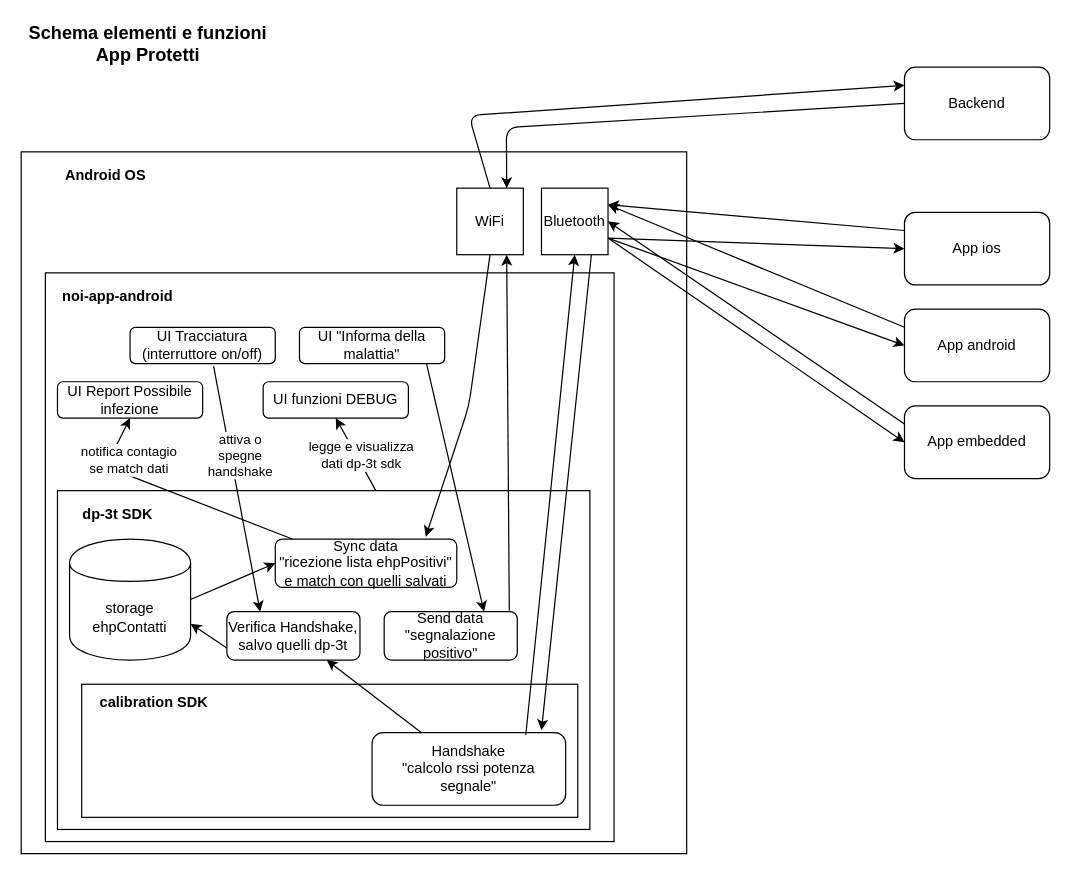
The draw.io diagram Project/Diagrams/Schema_Frontend.drawio in noiapp/noi-app-android, before the edit. Source tidied: cells renumbered, new cells numbered last; positions are measured from the earlier drawing's top-left corner, leaving out a move shared by most shapes. Both pictures are drawn from the tidied source at 121%, with x=0, y=0 at pixel (21, 30).
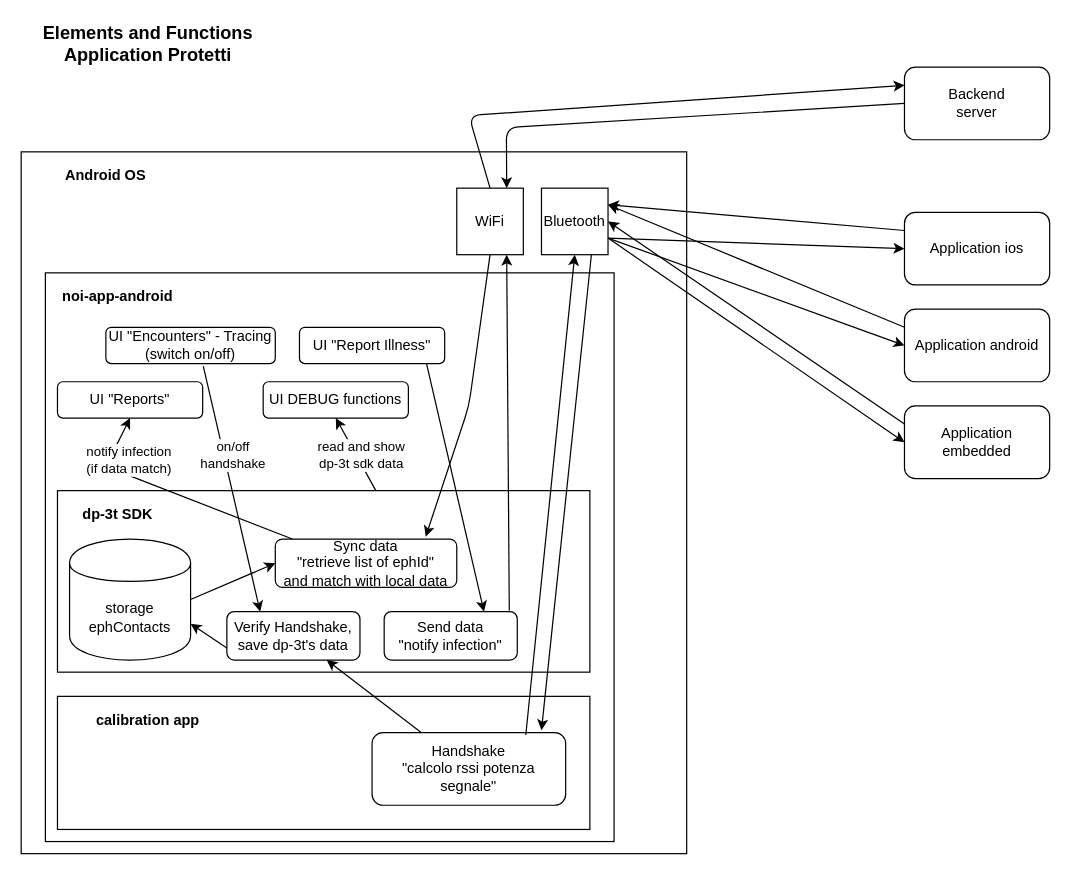
The same diagram, later.

Unchanged cells that the change refers to:
```xml
<mxCell id="35" style="endArrow=classic;html=1;entryX=0.5;entryY=1;entryDx=0;entryDy=0;exitX=0.094;exitY=0;exitDx=0;exitDy=0;exitPerimeter=0;" parent="1" edge="1" source="27" target="33">
  <mxGeometry relative="1" as="geometry">
    <Array as="points">
      <mxPoint x="70" y="360" />
    </Array>
  </mxGeometry>
</mxCell>
<mxCell id="43" style="endArrow=classic;html=1;entryX=0.5;entryY=1;entryDx=0;entryDy=0;exitX=0.598;exitY=0;exitDx=0;exitDy=0;exitPerimeter=0;" parent="1" edge="1" source="6" target="34">
  <mxGeometry relative="1" as="geometry" />
</mxCell>
<mxCell id="45" style="endArrow=classic;html=1;entryX=0.25;entryY=0;entryDx=0;entryDy=0;exitX=0.575;exitY=1.067;exitDx=0;exitDy=0;exitPerimeter=0;" parent="1" edge="1" source="32" target="40">
  <mxGeometry relative="1" as="geometry" />
</mxCell>
```

The edit, as a diff of the source:
```diff
@@
     <mxCell id="6" style="rounded=0;whiteSpace=wrap;html=1;" parent="1" vertex="1">
-      <mxGeometry x="30" y="380" width="440" height="280" as="geometry" />
+      <mxGeometry x="30" y="380" width="440" height="150" as="geometry" />
     </mxCell>
@@
     <mxCell id="8" style="rounded=0;whiteSpace=wrap;html=1;" parent="1" vertex="1">
-      <mxGeometry x="50" y="540" width="410" height="110" as="geometry" />
+      <mxGeometry x="30" y="550" width="440" height="110" as="geometry" />
     </mxCell>
-    <mxCell id="9" value="&lt;b&gt;calibration SDK&lt;/b&gt;" style="text;html=1;strokeColor=none;fillColor=none;align=center;verticalAlign=middle;whiteSpace=wrap;rounded=0;" parent="1" vertex="1">
-      <mxGeometry x="60" y="545" width="100" height="20" as="geometry" />
+    <mxCell id="9" value="&lt;b&gt;calibration app&lt;/b&gt;" style="text;html=1;strokeColor=none;fillColor=none;align=center;verticalAlign=middle;whiteSpace=wrap;rounded=0;" parent="1" vertex="1">
+      <mxGeometry x="55" y="560" width="100" height="20" as="geometry" />
     </mxCell>
@@
-    <mxCell id="12" value="Backend" style="rounded=1;whiteSpace=wrap;html=1;" parent="1" vertex="1">
+    <mxCell id="12" value="Backend&lt;br&gt;server" style="rounded=1;whiteSpace=wrap;html=1;" parent="1" vertex="1">
       <mxGeometry x="730" y="30" width="120" height="60" as="geometry" />
     </mxCell>
-    <mxCell id="13" value="App ios" style="rounded=1;whiteSpace=wrap;html=1;" parent="1" vertex="1">
+    <mxCell id="13" value="Application ios" style="rounded=1;whiteSpace=wrap;html=1;" parent="1" vertex="1">
       <mxGeometry x="730" y="150" width="120" height="60" as="geometry" />
     </mxCell>
-    <mxCell id="14" value="App android" style="rounded=1;whiteSpace=wrap;html=1;" parent="1" vertex="1">
+    <mxCell id="14" value="Application android" style="rounded=1;whiteSpace=wrap;html=1;" parent="1" vertex="1">
       <mxGeometry x="730" y="230" width="120" height="60" as="geometry" />
     </mxCell>
-    <mxCell id="15" value="App embedded" style="rounded=1;whiteSpace=wrap;html=1;" parent="1" vertex="1">
+    <mxCell id="15" value="Application embedded" style="rounded=1;whiteSpace=wrap;html=1;" parent="1" vertex="1">
       <mxGeometry x="730" y="310" width="120" height="60" as="geometry" />
     </mxCell>
@@
-    <mxCell id="27" value="Sync data&lt;br&gt;&quot;ricezione lista ehpPositivi&quot; e match con quelli salvati" style="rounded=1;whiteSpace=wrap;html=1;" parent="1" vertex="1">
+    <mxCell id="27" value="Sync data&lt;br&gt;&quot;retrieve list of ephId&quot;&lt;br&gt;and match with local data" style="rounded=1;whiteSpace=wrap;html=1;" parent="1" vertex="1">
       <mxGeometry x="210" y="420" width="150" height="40" as="geometry" />
     </mxCell>
-    <mxCell id="28" value="Send data&lt;br&gt;&quot;segnalazione positivo&quot;" style="rounded=1;whiteSpace=wrap;html=1;" parent="1" vertex="1">
+    <mxCell id="28" value="Send data&lt;br&gt;&quot;notify infection&quot;" style="rounded=1;whiteSpace=wrap;html=1;" parent="1" vertex="1">
       <mxGeometry x="300" y="480" width="110" height="40" as="geometry" />
     </mxCell>
@@
-    <mxCell id="31" value="storage ehpContatti" style="shape=cylinder;whiteSpace=wrap;html=1;boundedLbl=1;backgroundOutline=1;" parent="1" vertex="1">
+    <mxCell id="31" value="storage ephContacts" style="shape=cylinder;whiteSpace=wrap;html=1;boundedLbl=1;backgroundOutline=1;" parent="1" vertex="1">
       <mxGeometry x="40" y="420" width="100" height="100" as="geometry" />
     </mxCell>
-    <mxCell id="32" value="UI Tracciatura (interruttore on/off)" style="rounded=1;whiteSpace=wrap;html=1;" parent="1" vertex="1">
-      <mxGeometry x="90" y="245" width="120" height="30" as="geometry" />
+    <mxCell id="32" value="UI &quot;Encounters&quot; - Tracing (switch on/off)" style="rounded=1;whiteSpace=wrap;html=1;" parent="1" vertex="1">
+      <mxGeometry x="70" y="245" width="140" height="30" as="geometry" />
     </mxCell>
-    <mxCell id="33" value="UI Report Possibile infezione" style="rounded=1;whiteSpace=wrap;html=1;" parent="1" vertex="1">
+    <mxCell id="33" value="UI &quot;Reports&quot;" style="rounded=1;whiteSpace=wrap;html=1;" parent="1" vertex="1">
       <mxGeometry x="30" y="290" width="120" height="30" as="geometry" />
     </mxCell>
-    <mxCell id="34" value="UI funzioni DEBUG" style="rounded=1;whiteSpace=wrap;html=1;" parent="1" vertex="1">
+    <mxCell id="34" value="UI DEBUG functions" style="rounded=1;whiteSpace=wrap;html=1;" parent="1" vertex="1">
       <mxGeometry x="200" y="290" width="120" height="30" as="geometry" />
     </mxCell>
@@
-    <mxCell id="36" value="notifica contagio&lt;br&gt;se match dati" style="edgeLabel;html=1;align=center;verticalAlign=middle;" parent="35" vertex="1">
+    <mxCell id="36" value="notify infection &lt;br&gt;(if data match)" style="edgeLabel;html=1;align=center;verticalAlign=middle;" parent="35" vertex="1">
       <mxGeometry x="0.33" y="-1" relative="1" as="geometry">
         <mxPoint x="-5.4" y="-14" as="offset" />
       </mxGeometry>
     </mxCell>
-    <mxCell id="37" value="UI &quot;Informa della malattia&quot;" style="rounded=1;whiteSpace=wrap;html=1;" parent="1" vertex="1">
+    <mxCell id="37" value="UI &quot;Report Illness&quot;" style="rounded=1;whiteSpace=wrap;html=1;" parent="1" vertex="1">
       <mxGeometry x="230" y="245" width="120" height="30" as="geometry" />
     </mxCell>
@@
-    <mxCell id="40" value="Verifica Handshake, salvo quelli dp-3t" style="rounded=1;whiteSpace=wrap;html=1;" parent="1" vertex="1">
+    <mxCell id="40" value="Verify Handshake, save dp-3t's data" style="rounded=1;whiteSpace=wrap;html=1;" parent="1" vertex="1">
       <mxGeometry x="170" y="480" width="110" height="40" as="geometry" />
     </mxCell>
@@
-    <mxCell id="44" value="legge e visualizza&lt;br&gt;dati dp-3t sdk" style="edgeLabel;html=1;align=center;verticalAlign=middle;" parent="43" vertex="1">
+    <mxCell id="44" value="read and show&lt;br&gt;dp-3t sdk data" style="edgeLabel;html=1;align=center;verticalAlign=middle;" parent="43" vertex="1">
       <mxGeometry x="-0.33" y="2" relative="1" as="geometry">
         <mxPoint x="-0.2" y="-10.8" as="offset" />
       </mxGeometry>
     </mxCell>
@@
-    <mxCell id="46" value="attiva o &lt;br&gt;spegne&lt;br&gt;handshake" style="edgeLabel;html=1;align=center;verticalAlign=middle;" parent="45" vertex="1">
+    <mxCell id="46" value="on/off&lt;br&gt;handshake" style="edgeLabel;html=1;align=center;verticalAlign=middle;" parent="45" vertex="1">
       <mxGeometry x="-0.35" y="-2" relative="1" as="geometry">
         <mxPoint x="10.5" y="6.8" as="offset" />
       </mxGeometry>
     </mxCell>
-    <mxCell id="47" value="&lt;b&gt;&lt;font style=&quot;font-size: 15px&quot;&gt;Schema elementi e funzioni App Protetti&lt;/font&gt;&lt;/b&gt;" style="text;html=1;strokeColor=none;fillColor=none;align=center;verticalAlign=middle;whiteSpace=wrap;rounded=0;" parent="1" vertex="1">
+    <mxCell id="47" value="&lt;b&gt;&lt;font style=&quot;font-size: 15px&quot;&gt;Elements and Functions&lt;br&gt;Application Protetti&lt;/font&gt;&lt;/b&gt;" style="text;html=1;strokeColor=none;fillColor=none;align=center;verticalAlign=middle;whiteSpace=wrap;rounded=0;" parent="1" vertex="1">
       <mxGeometry width="210" height="20" as="geometry" />
     </mxCell>
```
